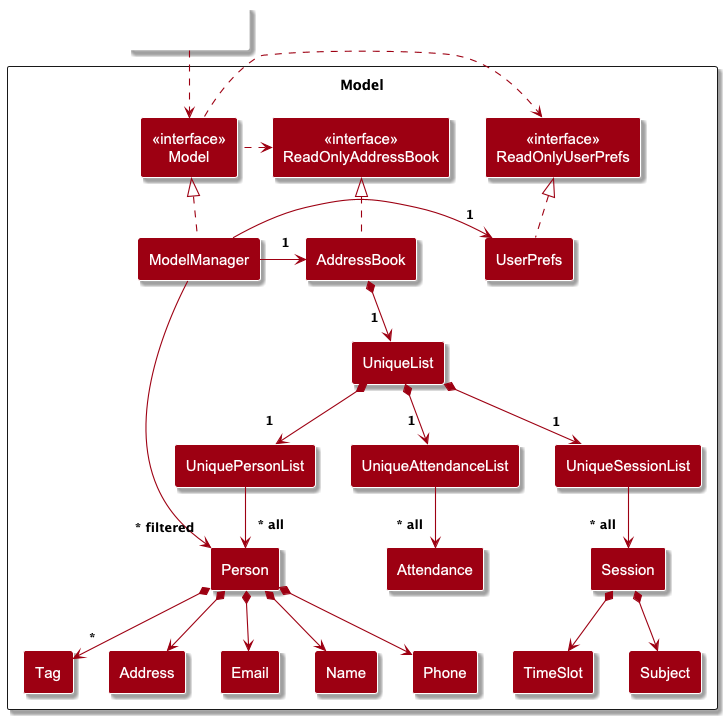
The PlantUML diagram docs/images/ModelClassDiagram.png in themintchoco/tp, before a commit.
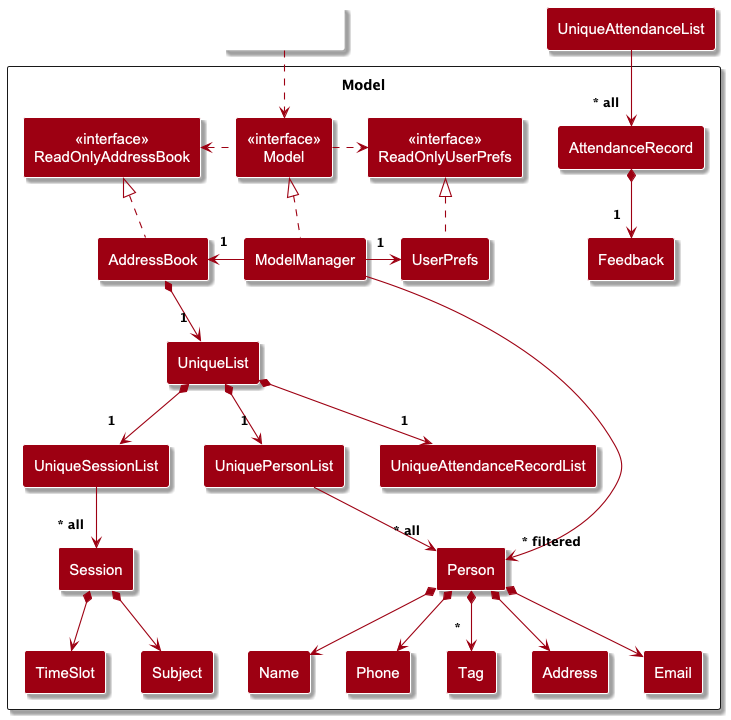
The same file after the commit.

Commit message:
Update the uml diagram

Change to the diagram source:
```diff
@@ -18,7 +18,7 @@
     Class UniquePersonList
     Class UniqueList
     Class UniqueSessionList
-    Class UniqueAttendanceList
+    Class UniqueAttendanceRecordList
     Class Person
     Class Address
     Class Email
@@ -28,7 +28,8 @@
     Class Session
     Class TimeSlot
     Class Subject
-    Class Attendance
+    Class AttendanceRecord
+    Class Feedback
 }
 
 Class HiddenOutside #FFFFFF
@@ -57,8 +58,9 @@
 Session *--> TimeSlot
 Session *--> Subject
 
-UniqueList *--> "1" UniqueAttendanceList
-UniqueAttendanceList --> "~* all" Attendance
+UniqueList *--> "1" UniqueAttendanceRecordList
+UniqueAttendanceList --> "~* all" AttendanceRecord
 
+AttendanceRecord *--> "1" Feedback
 ModelManager --> "~* filtered" Person
 @enduml
```
